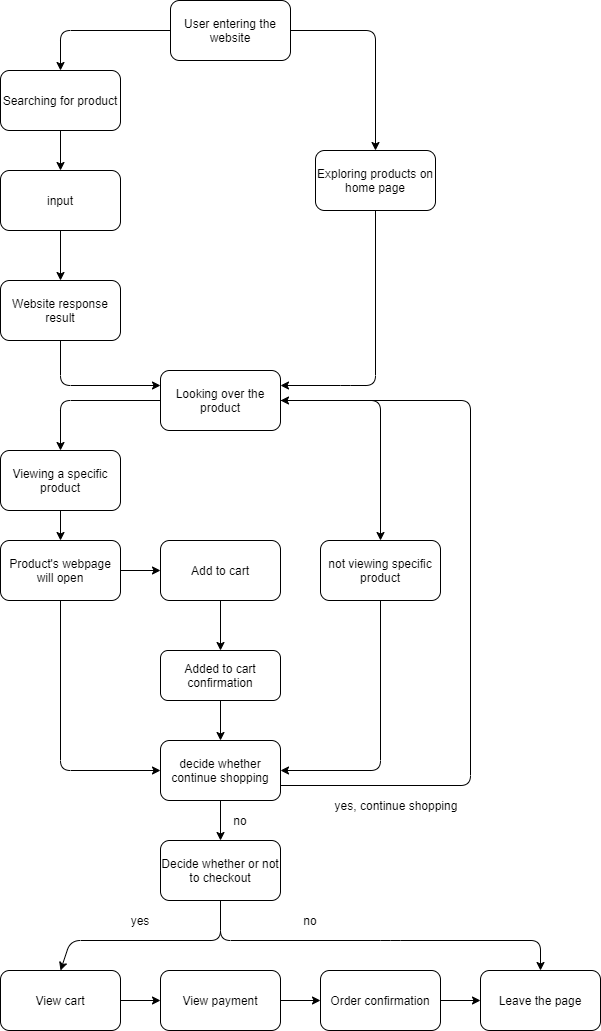
The draw.io diagram explore/diagramming/diagram.drawio.png in jingtianlin19/Lab-Week-4, before a commit. Source tidied: cells renumbered, new cells last; positions are measured from the earlier drawing's top-left corner, leaving out a move shared by most shapes. Its diagram source:
```xml
<mxGraphModel>
  <root>
    <mxCell id="0" />
    <mxCell id="1" parent="0" />
    <mxCell id="2" value="User entering the website" style="rounded=1;whiteSpace=wrap;html=1;" parent="1" vertex="1">
      <mxGeometry x="170" width="120" height="60" as="geometry" />
    </mxCell>
    <mxCell id="3" value="Searching for product" style="rounded=1;whiteSpace=wrap;html=1;" parent="1" vertex="1">
      <mxGeometry y="70" width="120" height="60" as="geometry" />
    </mxCell>
    <mxCell id="4" value="Exploring products on home page" style="rounded=1;whiteSpace=wrap;html=1;" parent="1" vertex="1">
      <mxGeometry x="315" y="150" width="120" height="60" as="geometry" />
    </mxCell>
    <mxCell id="5" style="endArrow=classic;html=1;exitX=0.5;exitY=1;exitDx=0;exitDy=0;" parent="1" edge="1" source="3" target="7">
      <mxGeometry relative="1" as="geometry" />
    </mxCell>
    <mxCell id="6" style="edgeStyle=orthogonalEdgeStyle;rounded=0;jettySize=auto;html=1;" parent="1" edge="1" source="7" target="8">
      <mxGeometry relative="1" as="geometry" />
    </mxCell>
    <mxCell id="7" value="input" style="rounded=1;whiteSpace=wrap;html=1;" parent="1" vertex="1">
      <mxGeometry y="170" width="120" height="60" as="geometry" />
    </mxCell>
    <mxCell id="8" value="Website response result" style="rounded=1;whiteSpace=wrap;html=1;" parent="1" vertex="1">
      <mxGeometry y="280" width="120" height="60" as="geometry" />
    </mxCell>
    <mxCell id="9" style="endArrow=classic;html=1;entryX=0;entryY=0.25;entryDx=0;entryDy=0;exitX=0.5;exitY=1;exitDx=0;exitDy=0;" parent="1" edge="1" source="8" target="11">
      <mxGeometry relative="1" as="geometry">
        <Array as="points">
          <mxPoint x="60" y="385" />
        </Array>
      </mxGeometry>
    </mxCell>
    <mxCell id="10" style="endArrow=classic;html=1;exitX=0.5;exitY=1;exitDx=0;exitDy=0;entryX=1;entryY=0.25;entryDx=0;entryDy=0;" parent="1" edge="1" source="4" target="11">
      <mxGeometry relative="1" as="geometry">
        <Array as="points">
          <mxPoint x="375" y="385" />
          <mxPoint x="350" y="385" />
        </Array>
      </mxGeometry>
    </mxCell>
    <mxCell id="11" value="Looking over the product" style="rounded=1;whiteSpace=wrap;html=1;" parent="1" vertex="1">
      <mxGeometry x="160" y="370" width="120" height="60" as="geometry" />
    </mxCell>
    <mxCell id="12" style="endArrow=classic;html=1;entryX=0.5;entryY=0;entryDx=0;entryDy=0;exitX=0;exitY=0.5;exitDx=0;exitDy=0;" parent="1" edge="1" source="2" target="3">
      <mxGeometry relative="1" as="geometry">
        <Array as="points">
          <mxPoint x="60" y="30" />
        </Array>
      </mxGeometry>
    </mxCell>
    <mxCell id="13" style="endArrow=classic;html=1;exitX=1;exitY=0.5;exitDx=0;exitDy=0;entryX=0.5;entryY=0;entryDx=0;entryDy=0;" parent="1" edge="1" source="2" target="4">
      <mxGeometry relative="1" as="geometry">
        <Array as="points">
          <mxPoint x="375" y="30" />
        </Array>
      </mxGeometry>
    </mxCell>
    <mxCell id="14" style="endArrow=classic;html=1;exitX=0.5;exitY=1;exitDx=0;exitDy=0;" parent="1" edge="1" source="23" target="20">
      <mxGeometry relative="1" as="geometry" />
    </mxCell>
    <mxCell id="15" style="edgeStyle=orthogonalEdgeStyle;rounded=0;jettySize=auto;html=1;exitX=0.5;exitY=1;exitDx=0;exitDy=0;entryX=0.5;entryY=0;entryDx=0;entryDy=0;" parent="1" edge="1" source="16" target="18">
      <mxGeometry relative="1" as="geometry" />
    </mxCell>
    <mxCell id="16" value="Add to cart" style="rounded=1;whiteSpace=wrap;html=1;" parent="1" vertex="1">
      <mxGeometry x="160" y="540" width="120" height="60" as="geometry" />
    </mxCell>
    <mxCell id="17" style="edgeStyle=orthogonalEdgeStyle;rounded=0;jettySize=auto;html=1;" parent="1" edge="1" source="18" target="22">
      <mxGeometry relative="1" as="geometry" />
    </mxCell>
    <mxCell id="18" value="Added to cart confirmation" style="rounded=1;whiteSpace=wrap;html=1;" parent="1" vertex="1">
      <mxGeometry x="160" y="650" width="120" height="50" as="geometry" />
    </mxCell>
    <mxCell id="19" style="edgeStyle=orthogonalEdgeStyle;rounded=0;jettySize=auto;html=1;" parent="1" edge="1" source="20" target="16">
      <mxGeometry relative="1" as="geometry" />
    </mxCell>
    <mxCell id="20" value="Product's webpage will open" style="rounded=1;whiteSpace=wrap;html=1;" parent="1" vertex="1">
      <mxGeometry y="540" width="120" height="60" as="geometry" />
    </mxCell>
    <mxCell id="21" style="edgeStyle=orthogonalEdgeStyle;rounded=0;jettySize=auto;html=1;exitX=0.5;exitY=1;exitDx=0;exitDy=0;" parent="1" edge="1" source="22" target="31">
      <mxGeometry relative="1" as="geometry" />
    </mxCell>
    <mxCell id="22" value="decide whether continue shopping" style="rounded=1;whiteSpace=wrap;html=1;" parent="1" vertex="1">
      <mxGeometry x="160" y="740" width="120" height="60" as="geometry" />
    </mxCell>
    <mxCell id="23" value="Viewing a specific product" style="rounded=1;whiteSpace=wrap;html=1;" parent="1" vertex="1">
      <mxGeometry y="450" width="120" height="60" as="geometry" />
    </mxCell>
    <mxCell id="24" style="endArrow=classic;html=1;entryX=0;entryY=0.5;entryDx=0;entryDy=0;exitX=0.5;exitY=1;exitDx=0;exitDy=0;" parent="1" edge="1" source="20" target="22">
      <mxGeometry relative="1" as="geometry">
        <Array as="points">
          <mxPoint x="60" y="770" />
        </Array>
      </mxGeometry>
    </mxCell>
    <mxCell id="25" style="endArrow=classic;html=1;exitX=0;exitY=0.5;exitDx=0;exitDy=0;entryX=0.5;entryY=0;entryDx=0;entryDy=0;" parent="1" edge="1" source="11" target="23">
      <mxGeometry relative="1" as="geometry">
        <Array as="points">
          <mxPoint x="60" y="400" />
        </Array>
      </mxGeometry>
    </mxCell>
    <mxCell id="26" style="endArrow=classic;html=1;exitX=1;exitY=0.5;exitDx=0;exitDy=0;" parent="1" edge="1" source="11" target="27">
      <mxGeometry relative="1" as="geometry">
        <Array as="points">
          <mxPoint x="380" y="400" />
        </Array>
      </mxGeometry>
    </mxCell>
    <mxCell id="27" value="not viewing specific product" style="rounded=1;whiteSpace=wrap;html=1;" parent="1" vertex="1">
      <mxGeometry x="320" y="540" width="120" height="60" as="geometry" />
    </mxCell>
    <mxCell id="28" style="endArrow=classic;html=1;exitX=0.5;exitY=1;exitDx=0;exitDy=0;entryX=1;entryY=0.5;entryDx=0;entryDy=0;" parent="1" edge="1" source="27" target="22">
      <mxGeometry relative="1" as="geometry">
        <Array as="points">
          <mxPoint x="380" y="770" />
        </Array>
      </mxGeometry>
    </mxCell>
    <mxCell id="29" style="endArrow=classic;html=1;exitX=1;exitY=0.75;exitDx=0;exitDy=0;entryX=1;entryY=0.5;entryDx=0;entryDy=0;" parent="1" edge="1" source="22" target="11">
      <mxGeometry relative="1" as="geometry">
        <Array as="points">
          <mxPoint x="470" y="785" />
          <mxPoint x="470" y="400" />
        </Array>
      </mxGeometry>
    </mxCell>
    <mxCell id="30" value="yes, continue shopping" style="text;html=1;strokeColor=none;fillColor=none;align=center;verticalAlign=middle;whiteSpace=wrap;rounded=0;" parent="1" vertex="1">
      <mxGeometry x="321" y="790" width="150" height="30" as="geometry" />
    </mxCell>
    <mxCell id="31" value="Decide whether or not to checkout" style="rounded=1;whiteSpace=wrap;html=1;" parent="1" vertex="1">
      <mxGeometry x="160" y="840" width="120" height="60" as="geometry" />
    </mxCell>
    <mxCell id="32" value="no" style="text;html=1;strokeColor=none;fillColor=none;align=center;verticalAlign=middle;whiteSpace=wrap;rounded=0;" parent="1" vertex="1">
      <mxGeometry x="220" y="810" width="40" height="20" as="geometry" />
    </mxCell>
    <mxCell id="33" style="endArrow=classic;html=1;exitX=0.5;exitY=1;exitDx=0;exitDy=0;entryX=0.5;entryY=0;entryDx=0;entryDy=0;" parent="1" edge="1" source="31" target="35">
      <mxGeometry relative="1" as="geometry">
        <Array as="points">
          <mxPoint x="220" y="940" />
          <mxPoint x="70" y="940" />
        </Array>
      </mxGeometry>
    </mxCell>
    <mxCell id="34" style="edgeStyle=orthogonalEdgeStyle;rounded=0;jettySize=auto;html=1;" parent="1" edge="1" source="35" target="37">
      <mxGeometry relative="1" as="geometry" />
    </mxCell>
    <mxCell id="35" value="View cart" style="rounded=1;whiteSpace=wrap;html=1;" parent="1" vertex="1">
      <mxGeometry y="970" width="120" height="60" as="geometry" />
    </mxCell>
    <mxCell id="36" style="edgeStyle=orthogonalEdgeStyle;rounded=0;jettySize=auto;html=1;" parent="1" edge="1" source="37" target="39">
      <mxGeometry relative="1" as="geometry" />
    </mxCell>
    <mxCell id="37" value="View payment" style="rounded=1;whiteSpace=wrap;html=1;" parent="1" vertex="1">
      <mxGeometry x="160" y="970" width="120" height="60" as="geometry" />
    </mxCell>
    <mxCell id="38" style="edgeStyle=orthogonalEdgeStyle;rounded=0;jettySize=auto;html=1;" parent="1" edge="1" source="39" target="40">
      <mxGeometry relative="1" as="geometry" />
    </mxCell>
    <mxCell id="39" value="Order confirmation" style="rounded=1;whiteSpace=wrap;html=1;" parent="1" vertex="1">
      <mxGeometry x="320" y="970" width="120" height="60" as="geometry" />
    </mxCell>
    <mxCell id="40" value="Leave the page" style="rounded=1;whiteSpace=wrap;html=1;" parent="1" vertex="1">
      <mxGeometry x="480" y="970" width="120" height="60" as="geometry" />
    </mxCell>
    <mxCell id="41" value="yes" style="text;html=1;strokeColor=none;fillColor=none;align=center;verticalAlign=middle;whiteSpace=wrap;rounded=0;" parent="1" vertex="1">
      <mxGeometry x="120" y="910" width="40" height="20" as="geometry" />
    </mxCell>
    <mxCell id="42" style="endArrow=classic;html=1;entryX=0.5;entryY=0;entryDx=0;entryDy=0;" parent="1" edge="1" target="40">
      <mxGeometry relative="1" as="geometry">
        <mxPoint x="220" y="900" as="sourcePoint" />
        <Array as="points">
          <mxPoint x="220" y="940" />
          <mxPoint x="390" y="940" />
          <mxPoint x="540" y="940" />
        </Array>
      </mxGeometry>
    </mxCell>
    <mxCell id="43" value="no" style="text;html=1;strokeColor=none;fillColor=none;align=center;verticalAlign=middle;whiteSpace=wrap;rounded=0;" parent="1" vertex="1">
      <mxGeometry x="290" y="910" width="40" height="20" as="geometry" />
    </mxCell>
  </root>
</mxGraphModel>
```
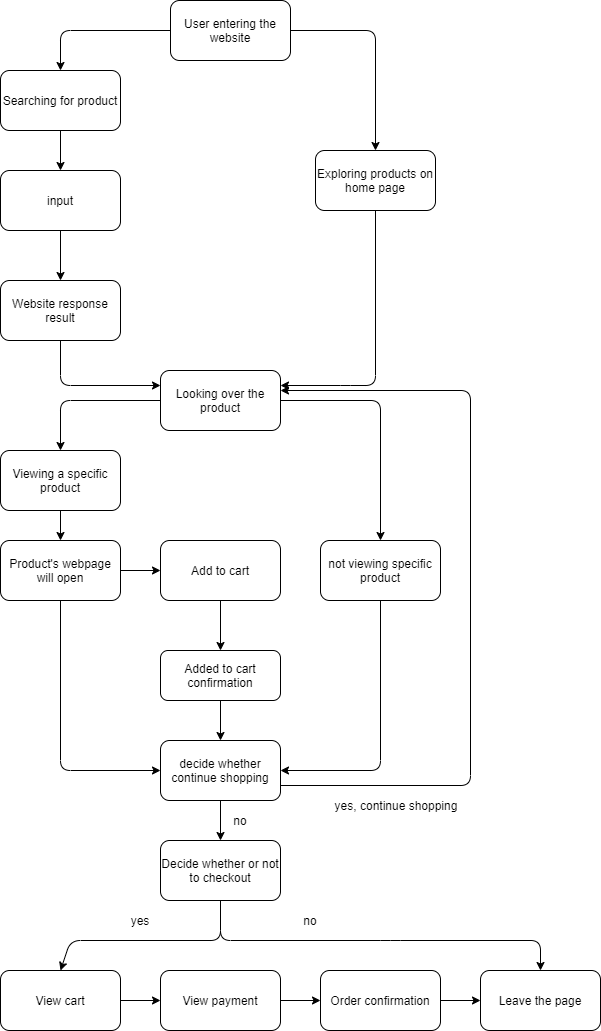
After the change.

What changed in the source:
```diff
@@ -116,11 +116,12 @@
         </Array>
       </mxGeometry>
     </mxCell>
-    <mxCell id="29" style="endArrow=classic;html=1;exitX=1;exitY=0.75;exitDx=0;exitDy=0;entryX=1;entryY=0.5;entryDx=0;entryDy=0;" parent="1" edge="1" source="22" target="11">
+    <mxCell id="29" style="endArrow=classic;html=1;exitX=1;exitY=0.75;exitDx=0;exitDy=0;" parent="1" edge="1" source="22">
       <mxGeometry relative="1" as="geometry">
+        <mxPoint x="280" y="390" as="targetPoint" />
         <Array as="points">
           <mxPoint x="470" y="785" />
-          <mxPoint x="470" y="400" />
+          <mxPoint x="470" y="390" />
         </Array>
       </mxGeometry>
     </mxCell>
```
